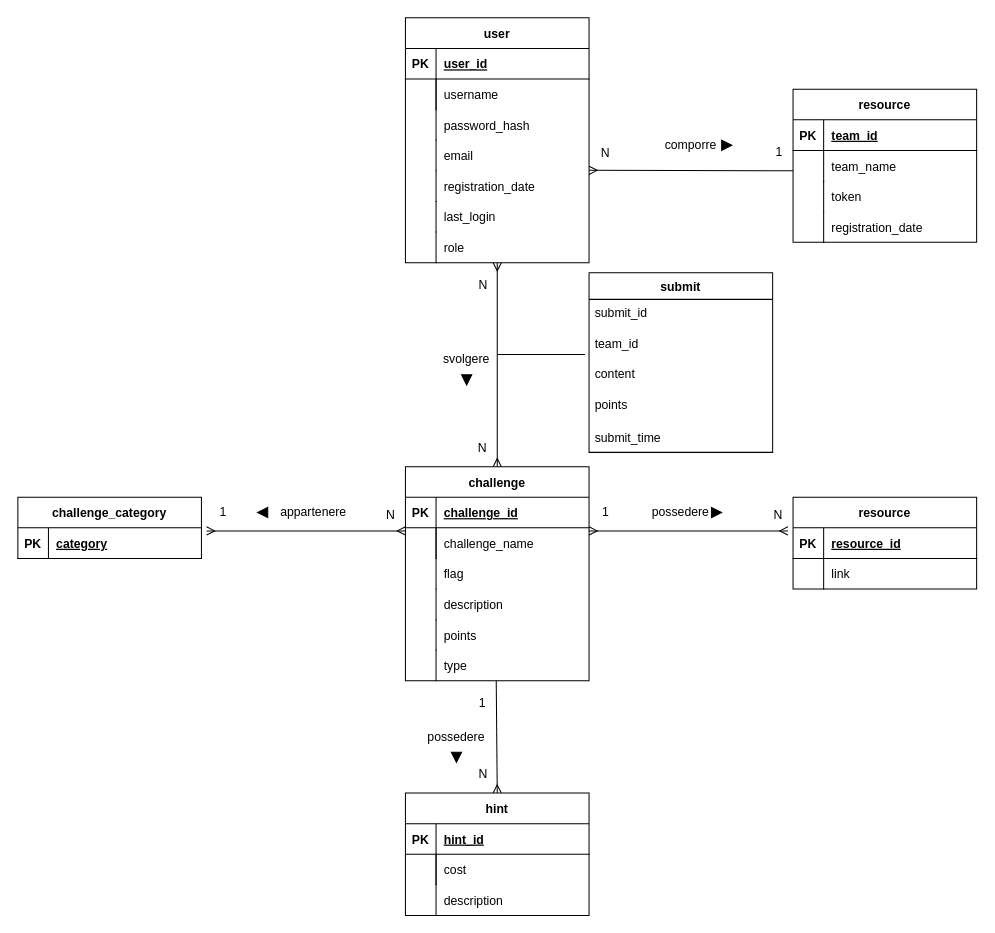
FeeeDz/H4ckUs4t1_CTF keeps this draw.io diagram as db/ER_diagram.drawio. Above is the earlier version. Source tidied: cells renumbered, new cells numbered last; positions are measured from the earlier drawing's top-left corner, leaving out a move shared by most shapes. Both pictures are drawn from the tidied source at 102%, with x=0, y=0 at pixel (17, 17).
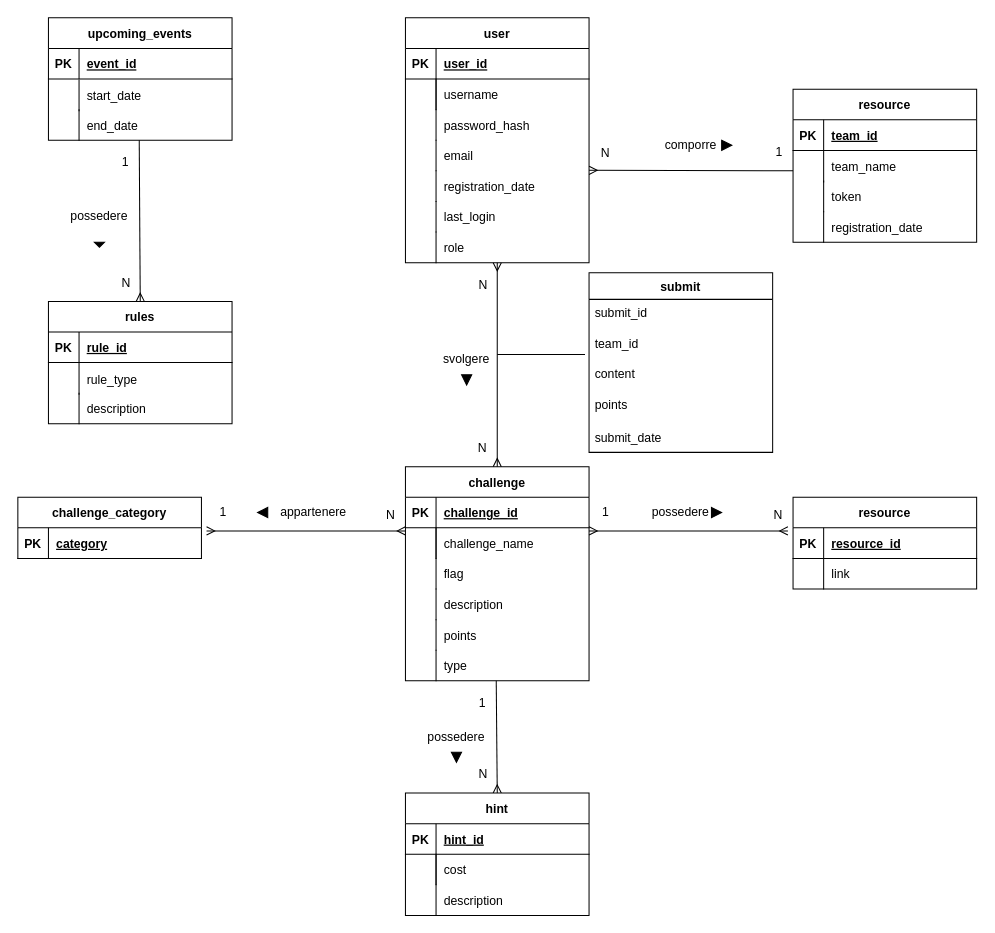
Above is the later version.

Commit message (it also covers changes not shown here):
add events and rules to db

The change refers to these unchanged cells:
```xml
<mxCell id="17" value="submit" style="swimlane;fontStyle=1;horizontal=1;startSize=26;align=center;fontSize=12;" parent="1" vertex="1">
  <mxGeometry x="560" y="250" width="180" height="176" as="geometry" />
</mxCell>
```

Diff of the diagram source:
```diff
@@
-    <mxCell id="22" value="submit_time" style="text;strokeColor=none;fillColor=none;spacingLeft=4;spacingRight=4;overflow=hidden;fontSize=12;imageAspect=1;" parent="17" vertex="1">
+    <mxCell id="22" value="submit_date" style="text;strokeColor=none;fillColor=none;spacingLeft=4;spacingRight=4;overflow=hidden;fontSize=12;imageAspect=1;" parent="17" vertex="1">
       <mxGeometry y="148" width="180" height="28" as="geometry" />
     </mxCell>
@@
+    <mxCell id="115" value="upcoming_events" style="shape=table;startSize=30;childLayout=tableLayout;rowLines=0;fontStyle=1;align=center;" parent="1" vertex="1">
+      <mxGeometry x="30" width="180" height="120" as="geometry" />
+    </mxCell>
+    <mxCell id="116" style="shape=partialRectangle;fillColor=none;top=0;left=0;right=0;bottom=1;" parent="115" vertex="1">
+      <mxGeometry y="30" width="180" height="30" as="geometry" />
+    </mxCell>
+    <mxCell id="117" value="PK" style="shape=partialRectangle;overflow=hidden;fillColor=none;top=0;left=0;bottom=0;right=0;fontStyle=1;" parent="116" vertex="1">
+      <mxGeometry width="30" height="30" as="geometry" />
+    </mxCell>
+    <mxCell id="118" value="event_id" style="shape=partialRectangle;overflow=hidden;fillColor=none;top=0;left=0;bottom=0;right=0;align=left;spacingLeft=6;fontStyle=5;" parent="116" vertex="1">
+      <mxGeometry x="30" width="150" height="30" as="geometry" />
+    </mxCell>
+    <mxCell id="119" style="shape=partialRectangle;fillColor=none;top=0;left=0;right=0;bottom=0;" parent="1" vertex="1">
+      <mxGeometry x="30" y="90" width="180" height="30" as="geometry" />
+    </mxCell>
+    <mxCell id="120" style="shape=partialRectangle;overflow=hidden;fillColor=none;top=0;left=0;bottom=0;right=1;" parent="119" vertex="1">
+      <mxGeometry width="30" height="30" as="geometry" />
+    </mxCell>
+    <mxCell id="121" value="end_date" style="shape=partialRectangle;overflow=hidden;fillColor=none;top=0;left=0;bottom=0;right=0;align=left;spacingLeft=6;" parent="119" vertex="1">
+      <mxGeometry x="30" width="150" height="30" as="geometry" />
+    </mxCell>
+    <mxCell id="122" style="group;" parent="1" vertex="1">
+      <mxGeometry x="30" y="61" width="180" height="30" as="geometry" />
+    </mxCell>
+    <mxCell id="123" style="shape=partialRectangle;fillColor=none;top=0;left=0;right=0;bottom=0;" parent="122" vertex="1">
+      <mxGeometry width="180" height="30" as="geometry" />
+    </mxCell>
+    <mxCell id="124" style="shape=partialRectangle;overflow=hidden;fillColor=none;top=0;left=0;bottom=0;right=1;" parent="122" vertex="1">
+      <mxGeometry width="30" height="30" as="geometry" />
+    </mxCell>
+    <mxCell id="125" value="start_date" style="shape=partialRectangle;overflow=hidden;fillColor=none;top=0;left=0;bottom=0;right=0;align=left;spacingLeft=6;" parent="122" vertex="1">
+      <mxGeometry x="30" width="150" height="30" as="geometry" />
+    </mxCell>
+    <mxCell id="126" value="rules" style="shape=table;startSize=30;childLayout=tableLayout;rowLines=0;fontStyle=1;align=center;" parent="1" vertex="1">
+      <mxGeometry x="30" y="278" width="180" height="120" as="geometry" />
+    </mxCell>
+    <mxCell id="127" style="shape=partialRectangle;fillColor=none;top=0;left=0;right=0;bottom=1;" parent="126" vertex="1">
+      <mxGeometry y="30" width="180" height="30" as="geometry" />
+    </mxCell>
+    <mxCell id="128" value="PK" style="shape=partialRectangle;overflow=hidden;fillColor=none;top=0;left=0;bottom=0;right=0;fontStyle=1;" parent="127" vertex="1">
+      <mxGeometry width="30" height="30" as="geometry" />
+    </mxCell>
+    <mxCell id="129" value="rule_id" style="shape=partialRectangle;overflow=hidden;fillColor=none;top=0;left=0;bottom=0;right=0;align=left;spacingLeft=6;fontStyle=5;" parent="127" vertex="1">
+      <mxGeometry x="30" width="150" height="30" as="geometry" />
+    </mxCell>
+    <mxCell id="130" style="shape=partialRectangle;fillColor=none;top=0;left=0;right=0;bottom=0;" parent="1" vertex="1">
+      <mxGeometry x="30" y="368" width="180" height="30" as="geometry" />
+    </mxCell>
+    <mxCell id="131" style="shape=partialRectangle;overflow=hidden;fillColor=none;top=0;left=0;bottom=0;right=1;" parent="130" vertex="1">
+      <mxGeometry width="30" height="30" as="geometry" />
+    </mxCell>
+    <mxCell id="132" value="description" style="shape=partialRectangle;overflow=hidden;fillColor=none;top=0;left=0;bottom=0;right=0;align=left;spacingLeft=6;" parent="130" vertex="1">
+      <mxGeometry x="30" width="150" height="30" as="geometry" />
+    </mxCell>
+    <mxCell id="133" style="group;" parent="1" vertex="1">
+      <mxGeometry x="30" y="339" width="180" height="30" as="geometry" />
+    </mxCell>
+    <mxCell id="134" style="shape=partialRectangle;fillColor=none;top=0;left=0;right=0;bottom=0;" parent="133" vertex="1">
+      <mxGeometry width="180" height="30" as="geometry" />
+    </mxCell>
+    <mxCell id="135" style="shape=partialRectangle;overflow=hidden;fillColor=none;top=0;left=0;bottom=0;right=1;" parent="133" vertex="1">
+      <mxGeometry width="30" height="30" as="geometry" />
+    </mxCell>
+    <mxCell id="136" value="rule_type" style="shape=partialRectangle;overflow=hidden;fillColor=none;top=0;left=0;bottom=0;right=0;align=left;spacingLeft=6;" parent="133" vertex="1">
+      <mxGeometry x="30" width="150" height="30" as="geometry" />
+    </mxCell>
+    <mxCell id="137" style="endArrow=none;html=1;rounded=0;startArrow=ERmany;startFill=0;exitX=0.5;exitY=0;exitDx=0;exitDy=0;" parent="1" edge="1" source="126">
+      <mxGeometry relative="1" as="geometry">
+        <mxPoint x="119" y="120" as="targetPoint" />
+      </mxGeometry>
+    </mxCell>
+    <mxCell id="138" value="&lt;div&gt;N&lt;/div&gt;" style="html=1;align=left;verticalAlign=bottom;" parent="137" vertex="1">
+      <mxGeometry x="-1" relative="1" as="geometry">
+        <mxPoint x="-20" y="-10" as="offset" />
+      </mxGeometry>
+    </mxCell>
+    <mxCell id="139" value="1" style="html=1;align=right;verticalAlign=bottom;" parent="137" vertex="1">
+      <mxGeometry x="1" relative="1" as="geometry">
+        <mxPoint x="-10" y="30" as="offset" />
+      </mxGeometry>
+    </mxCell>
+    <mxCell id="140" style="triangle;whiteSpace=wrap;html=1;fontSize=12;strokeColor=default;fillColor=#000000;rotation=90;" parent="1" vertex="1">
+      <mxGeometry x="77.5" y="217.5" width="5" height="10" as="geometry" />
+    </mxCell>
+    <mxCell id="141" value="possedere" style="text;html=1;strokeColor=none;fillColor=none;align=center;verticalAlign=middle;whiteSpace=wrap;rounded=0;fontSize=12;" parent="1" vertex="1">
+      <mxGeometry x="50" y="180" width="60" height="30" as="geometry" />
+    </mxCell>
```
